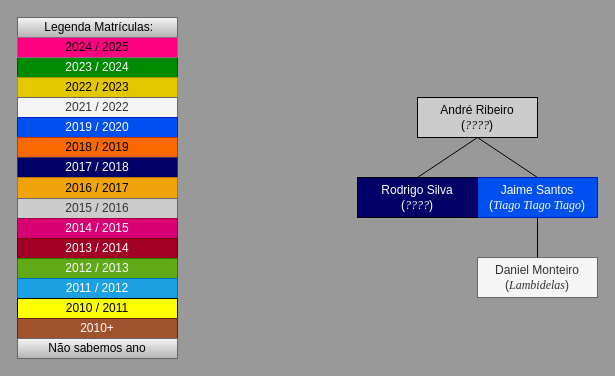
Above: Draw.io/Familia_do_André_Ribeiro.drawio in pdmtmr/PDMTMRTESTLOCATION-AKA-ARBUSTO (draw.io), before the change. Source tidied: cells renumbered, new cells numbered last; positions are measured from the earlier drawing's top-left corner, leaving out a move shared by most shapes. Both pictures are drawn from the tidied source at 100%, with x=0, y=0 at pixel (17, 17).
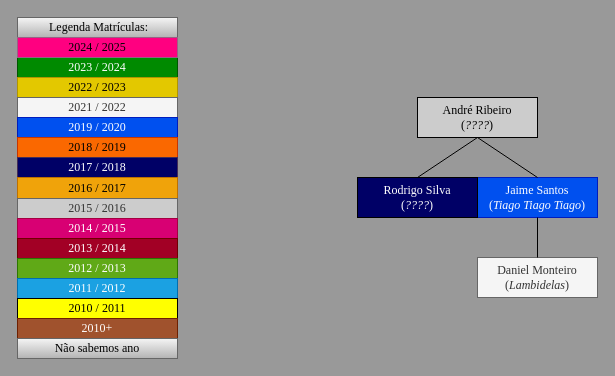
The same page after the edit.

The edit, as a diff of the source:
```diff
@@
-    <mxCell id="2" value="&lt;div&gt;&lt;span style=&quot;background-color: initial;&quot;&gt;André Ribeiro&lt;/span&gt;&lt;/div&gt;&lt;div&gt;&lt;span style=&quot;background-color: initial;&quot;&gt;(&lt;/span&gt;&lt;i style=&quot;background-color: initial;&quot;&gt;&lt;font face=&quot;Times New Roman&quot;&gt;????&lt;/font&gt;&lt;/i&gt;&lt;span style=&quot;background-color: initial;&quot;&gt;)&lt;/span&gt;&lt;/div&gt;" style="rounded=0;whiteSpace=wrap;html=1;fillColor=#CCCCCC;fontColor=#000000;" parent="1" vertex="1">
+    <mxCell id="2" value="&lt;div&gt;&lt;span style=&quot;background-color: initial;&quot;&gt;André Ribeiro&lt;/span&gt;&lt;/div&gt;&lt;div&gt;&lt;span style=&quot;background-color: initial;&quot;&gt;(&lt;/span&gt;&lt;i style=&quot;background-color: initial;&quot;&gt;&lt;font&gt;????&lt;/font&gt;&lt;/i&gt;&lt;span style=&quot;background-color: initial;&quot;&gt;)&lt;/span&gt;&lt;/div&gt;" style="rounded=0;whiteSpace=wrap;html=1;fillColor=#CCCCCC;fontColor=#000000;fontFamily=Times New Roman;" parent="1" vertex="1">
       <mxGeometry x="400" y="80" width="120" height="40" as="geometry" />
     </mxCell>
-    <mxCell id="3" value="&lt;div&gt;&lt;span style=&quot;background-color: initial;&quot;&gt;Jaime Santos&lt;/span&gt;&lt;/div&gt;&lt;div&gt;&lt;span style=&quot;background-color: initial;&quot;&gt;(&lt;font face=&quot;Times New Roman&quot;&gt;&lt;i&gt;Tiago Tiago Tiago&lt;/i&gt;&lt;/font&gt;&lt;/span&gt;&lt;span style=&quot;background-color: initial;&quot;&gt;)&lt;/span&gt;&lt;/div&gt;" style="rounded=0;whiteSpace=wrap;html=1;fillColor=#0050ef;fontColor=#ffffff;strokeColor=#001DBC;" parent="1" vertex="1">
+    <mxCell id="3" value="&lt;div&gt;&lt;span style=&quot;background-color: initial;&quot;&gt;Jaime Santos&lt;/span&gt;&lt;/div&gt;&lt;div&gt;&lt;span style=&quot;background-color: initial;&quot;&gt;(&lt;font&gt;&lt;i&gt;Tiago Tiago Tiago&lt;/i&gt;&lt;/font&gt;&lt;/span&gt;&lt;span style=&quot;background-color: initial;&quot;&gt;)&lt;/span&gt;&lt;/div&gt;" style="rounded=0;whiteSpace=wrap;html=1;fillColor=#0050ef;fontColor=#ffffff;strokeColor=#001DBC;fontFamily=Times New Roman;" parent="1" vertex="1">
       <mxGeometry x="460" y="160" width="120" height="40" as="geometry" />
     </mxCell>
-    <mxCell id="4" value="&lt;div&gt;&lt;span style=&quot;background-color: initial;&quot;&gt;Daniel Monteiro&lt;/span&gt;&lt;/div&gt;&lt;div&gt;&lt;span style=&quot;background-color: initial;&quot;&gt;(&lt;font face=&quot;Times New Roman&quot;&gt;&lt;i&gt;Lambidelas&lt;/i&gt;&lt;/font&gt;&lt;/span&gt;&lt;span style=&quot;background-color: initial;&quot;&gt;)&lt;/span&gt;&lt;/div&gt;" style="rounded=0;whiteSpace=wrap;html=1;fillColor=#f5f5f5;fontColor=#333333;strokeColor=#666666;" parent="1" vertex="1">
+    <mxCell id="4" value="&lt;div&gt;&lt;span style=&quot;background-color: initial;&quot;&gt;Daniel Monteiro&lt;/span&gt;&lt;/div&gt;&lt;div&gt;&lt;span style=&quot;background-color: initial;&quot;&gt;(&lt;font&gt;&lt;i&gt;Lambidelas&lt;/i&gt;&lt;/font&gt;&lt;/span&gt;&lt;span style=&quot;background-color: initial;&quot;&gt;)&lt;/span&gt;&lt;/div&gt;" style="rounded=0;whiteSpace=wrap;html=1;fillColor=#f5f5f5;fontColor=#333333;strokeColor=#666666;fontFamily=Times New Roman;" parent="1" vertex="1">
       <mxGeometry x="460" y="240" width="120" height="40" as="geometry" />
     </mxCell>
-    <mxCell id="5" style="endArrow=none;html=1;exitX=0.5;exitY=0;exitDx=0;exitDy=0;entryX=0.5;entryY=1;entryDx=0;entryDy=0;" parent="1" edge="1" source="3" target="2">
+    <mxCell id="5" style="endArrow=none;html=1;exitX=0.5;exitY=0;exitDx=0;exitDy=0;entryX=0.5;entryY=1;entryDx=0;entryDy=0;fontFamily=Times New Roman;" parent="1" edge="1" source="3" target="2">
       <mxGeometry relative="1" as="geometry" />
     </mxCell>
-    <mxCell id="6" style="endArrow=none;html=1;exitX=0.5;exitY=0;exitDx=0;exitDy=0;entryX=0.5;entryY=1;entryDx=0;entryDy=0;" parent="1" edge="1" source="4" target="3">
+    <mxCell id="6" style="endArrow=none;html=1;exitX=0.5;exitY=0;exitDx=0;exitDy=0;entryX=0.5;entryY=1;entryDx=0;entryDy=0;fontFamily=Times New Roman;" parent="1" edge="1" source="4" target="3">
       <mxGeometry relative="1" as="geometry" />
     </mxCell>
-    <mxCell id="7" style="endArrow=none;html=1;exitX=0.5;exitY=0;exitDx=0;exitDy=0;entryX=0.5;entryY=1;entryDx=0;entryDy=0;" parent="1" edge="1" source="8" target="2">
+    <mxCell id="7" style="endArrow=none;html=1;exitX=0.5;exitY=0;exitDx=0;exitDy=0;entryX=0.5;entryY=1;entryDx=0;entryDy=0;fontFamily=Times New Roman;" parent="1" edge="1" source="8" target="2">
       <mxGeometry relative="1" as="geometry" />
     </mxCell>
-    <mxCell id="8" value="&lt;div&gt;Rodrigo Silva&lt;/div&gt;&lt;div&gt;&lt;span style=&quot;background-color: initial;&quot;&gt;(&lt;font face=&quot;Times New Roman&quot;&gt;&lt;i&gt;????&lt;/i&gt;&lt;/font&gt;&lt;/span&gt;&lt;span style=&quot;background-color: initial;&quot;&gt;)&lt;/span&gt;&lt;/div&gt;" style="rounded=0;whiteSpace=wrap;html=1;fillColor=#000066;fontColor=#FFFFFF;" parent="1" vertex="1">
+    <mxCell id="8" value="&lt;div&gt;Rodrigo Silva&lt;/div&gt;&lt;div&gt;&lt;span style=&quot;background-color: initial;&quot;&gt;(&lt;font&gt;&lt;i&gt;????&lt;/i&gt;&lt;/font&gt;&lt;/span&gt;&lt;span style=&quot;background-color: initial;&quot;&gt;)&lt;/span&gt;&lt;/div&gt;" style="rounded=0;whiteSpace=wrap;html=1;fillColor=#000066;fontColor=#FFFFFF;fontFamily=Times New Roman;" parent="1" vertex="1">
       <mxGeometry x="340" y="160" width="120" height="40" as="geometry" />
     </mxCell>
-    <mxCell id="9" value="2023 / 2024" style="rounded=0;whiteSpace=wrap;html=1;fillColor=#008a00;fontColor=#ffffff;strokeColor=#005700;" parent="1" vertex="1">
+    <mxCell id="9" value="2023 / 2024" style="rounded=0;whiteSpace=wrap;html=1;fillColor=#008a00;fontColor=#ffffff;strokeColor=#005700;fontFamily=Times New Roman;" parent="1" vertex="1">
       <mxGeometry y="40" width="160" height="20" as="geometry" />
     </mxCell>
-    <mxCell id="10" value="2022 / 2023" style="rounded=0;whiteSpace=wrap;html=1;fillColor=#e3c800;fontColor=#000000;strokeColor=#B09500;" parent="1" vertex="1">
+    <mxCell id="10" value="2022 / 2023" style="rounded=0;whiteSpace=wrap;html=1;fillColor=#e3c800;fontColor=#000000;strokeColor=#B09500;fontFamily=Times New Roman;" parent="1" vertex="1">
       <mxGeometry y="60" width="160" height="20" as="geometry" />
     </mxCell>
-    <mxCell id="11" value="2021 / 2022" style="rounded=0;whiteSpace=wrap;html=1;fillColor=#f5f5f5;fontColor=#333333;strokeColor=#666666;" parent="1" vertex="1">
+    <mxCell id="11" value="2021 / 2022" style="rounded=0;whiteSpace=wrap;html=1;fillColor=#f5f5f5;fontColor=#333333;strokeColor=#666666;fontFamily=Times New Roman;" parent="1" vertex="1">
       <mxGeometry y="80" width="160" height="20" as="geometry" />
     </mxCell>
-    <mxCell id="12" value="2019 / 2020" style="rounded=0;whiteSpace=wrap;html=1;fillColor=#0050ef;fontColor=#ffffff;strokeColor=#001DBC;" parent="1" vertex="1">
+    <mxCell id="12" value="2019 / 2020" style="rounded=0;whiteSpace=wrap;html=1;fillColor=#0050ef;fontColor=#ffffff;strokeColor=#001DBC;fontFamily=Times New Roman;" parent="1" vertex="1">
       <mxGeometry y="100" width="160" height="20" as="geometry" />
     </mxCell>
-    <mxCell id="13" value="2018 / 2019" style="rounded=0;whiteSpace=wrap;html=1;fillColor=#fa6800;fontColor=#000000;strokeColor=#C73500;" parent="1" vertex="1">
+    <mxCell id="13" value="2018 / 2019" style="rounded=0;whiteSpace=wrap;html=1;fillColor=#fa6800;fontColor=#000000;strokeColor=#C73500;fontFamily=Times New Roman;" parent="1" vertex="1">
       <mxGeometry y="120" width="160" height="20" as="geometry" />
     </mxCell>
-    <mxCell id="14" value="&amp;nbsp;Legenda Matrículas:" style="rounded=0;whiteSpace=wrap;html=1;fillColor=#f5f5f5;gradientColor=#b3b3b3;strokeColor=#666666;" parent="1" vertex="1">
+    <mxCell id="14" value="&amp;nbsp;Legenda Matrículas:" style="rounded=0;whiteSpace=wrap;html=1;fillColor=#f5f5f5;gradientColor=#b3b3b3;strokeColor=#666666;fontFamily=Times New Roman;" parent="1" vertex="1">
       <mxGeometry width="160" height="20" as="geometry" />
     </mxCell>
-    <mxCell id="15" value="2017 / 2018" style="rounded=0;whiteSpace=wrap;html=1;fillColor=#000066;fontColor=#ffffff;strokeColor=#432D57;" parent="1" vertex="1">
+    <mxCell id="15" value="2017 / 2018" style="rounded=0;whiteSpace=wrap;html=1;fillColor=#000066;fontColor=#ffffff;strokeColor=#432D57;fontFamily=Times New Roman;" parent="1" vertex="1">
       <mxGeometry y="140" width="160" height="20" as="geometry" />
     </mxCell>
-    <mxCell id="16" value="2016 / 2017" style="rounded=0;whiteSpace=wrap;html=1;fillColor=#f0a30a;fontColor=#000000;strokeColor=#BD7000;" parent="1" vertex="1">
+    <mxCell id="16" value="2016 / 2017" style="rounded=0;whiteSpace=wrap;html=1;fillColor=#f0a30a;fontColor=#000000;strokeColor=#BD7000;fontFamily=Times New Roman;" parent="1" vertex="1">
       <mxGeometry y="160" width="160" height="21" as="geometry" />
     </mxCell>
-    <mxCell id="17" value="2015 / 2016" style="rounded=0;whiteSpace=wrap;html=1;fillColor=#CCCCCC;strokeColor=#666666;fontColor=#333333;" parent="1" vertex="1">
+    <mxCell id="17" value="2015 / 2016" style="rounded=0;whiteSpace=wrap;html=1;fillColor=#CCCCCC;strokeColor=#666666;fontColor=#333333;fontFamily=Times New Roman;" parent="1" vertex="1">
       <mxGeometry y="181" width="160" height="20" as="geometry" />
     </mxCell>
-    <mxCell id="18" value="2014 / 2015" style="rounded=0;whiteSpace=wrap;html=1;fillColor=#d80073;fontColor=#ffffff;strokeColor=#A50040;" parent="1" vertex="1">
+    <mxCell id="18" value="2014 / 2015" style="rounded=0;whiteSpace=wrap;html=1;fillColor=#d80073;fontColor=#ffffff;strokeColor=#A50040;fontFamily=Times New Roman;" parent="1" vertex="1">
       <mxGeometry y="201" width="160" height="20" as="geometry" />
     </mxCell>
-    <mxCell id="19" value="2013 / 2014" style="rounded=0;whiteSpace=wrap;html=1;fillColor=#a20025;fontColor=#ffffff;strokeColor=#6F0000;" parent="1" vertex="1">
+    <mxCell id="19" value="2013 / 2014" style="rounded=0;whiteSpace=wrap;html=1;fillColor=#a20025;fontColor=#ffffff;strokeColor=#6F0000;fontFamily=Times New Roman;" parent="1" vertex="1">
       <mxGeometry y="221" width="160" height="20" as="geometry" />
     </mxCell>
-    <mxCell id="20" value="2012&lt;span style=&quot;background-color: initial;&quot;&gt;&amp;nbsp;/ 2013&lt;/span&gt;" style="rounded=0;whiteSpace=wrap;html=1;fillColor=#60a917;fontColor=#ffffff;strokeColor=#2D7600;" parent="1" vertex="1">
+    <mxCell id="20" value="2012&lt;span style=&quot;background-color: initial;&quot;&gt;&amp;nbsp;/ 2013&lt;/span&gt;" style="rounded=0;whiteSpace=wrap;html=1;fillColor=#60a917;fontColor=#ffffff;strokeColor=#2D7600;fontFamily=Times New Roman;" parent="1" vertex="1">
       <mxGeometry y="241" width="160" height="20" as="geometry" />
     </mxCell>
-    <mxCell id="21" value="2011&lt;span style=&quot;background-color: initial;&quot;&gt;&amp;nbsp;/ 2012&lt;/span&gt;" style="rounded=0;whiteSpace=wrap;html=1;fillColor=#1ba1e2;fontColor=#ffffff;strokeColor=#006EAF;" parent="1" vertex="1">
+    <mxCell id="21" value="2011&lt;span style=&quot;background-color: initial;&quot;&gt;&amp;nbsp;/ 2012&lt;/span&gt;" style="rounded=0;whiteSpace=wrap;html=1;fillColor=#1ba1e2;fontColor=#ffffff;strokeColor=#006EAF;fontFamily=Times New Roman;" parent="1" vertex="1">
       <mxGeometry y="261" width="160" height="20" as="geometry" />
     </mxCell>
-    <mxCell id="22" value="2010&lt;span style=&quot;background-color: initial;&quot;&gt;&amp;nbsp;/ 2011&lt;/span&gt;" style="rounded=0;whiteSpace=wrap;html=1;fillColor=#FFFF00;fontColor=#000000;" parent="1" vertex="1">
+    <mxCell id="22" value="2010&lt;span style=&quot;background-color: initial;&quot;&gt;&amp;nbsp;/ 2011&lt;/span&gt;" style="rounded=0;whiteSpace=wrap;html=1;fillColor=#FFFF00;fontColor=#000000;fontFamily=Times New Roman;" parent="1" vertex="1">
       <mxGeometry y="281" width="160" height="20" as="geometry" />
     </mxCell>
-    <mxCell id="23" value="2010+" style="rounded=0;whiteSpace=wrap;html=1;fillColor=#a0522d;strokeColor=#6D1F00;fontColor=#ffffff;" parent="1" vertex="1">
+    <mxCell id="23" value="2010+" style="rounded=0;whiteSpace=wrap;html=1;fillColor=#a0522d;strokeColor=#6D1F00;fontColor=#ffffff;fontFamily=Times New Roman;" parent="1" vertex="1">
       <mxGeometry y="301" width="160" height="20" as="geometry" />
     </mxCell>
-    <mxCell id="24" value="Não sabemos ano" style="rounded=0;whiteSpace=wrap;html=1;fillColor=#f5f5f5;gradientColor=#b3b3b3;strokeColor=#666666;" parent="1" vertex="1">
+    <mxCell id="24" value="Não sabemos ano" style="rounded=0;whiteSpace=wrap;html=1;fillColor=#f5f5f5;gradientColor=#b3b3b3;strokeColor=#666666;fontFamily=Times New Roman;" parent="1" vertex="1">
       <mxGeometry y="321" width="160" height="20" as="geometry" />
     </mxCell>
-    <mxCell id="25" value="2024&amp;nbsp;/ 2025" style="rounded=0;whiteSpace=wrap;html=1;fillColor=#FF0080;strokeColor=#996185;gradientColor=none;fontColor=#000000;" parent="1" vertex="1">
+    <mxCell id="25" value="2024&amp;nbsp;/ 2025" style="rounded=0;whiteSpace=wrap;html=1;fillColor=#FF0080;strokeColor=#996185;gradientColor=none;fontColor=#000000;fontFamily=Times New Roman;" parent="1" vertex="1">
       <mxGeometry y="20" width="160" height="20" as="geometry" />
     </mxCell>
```
